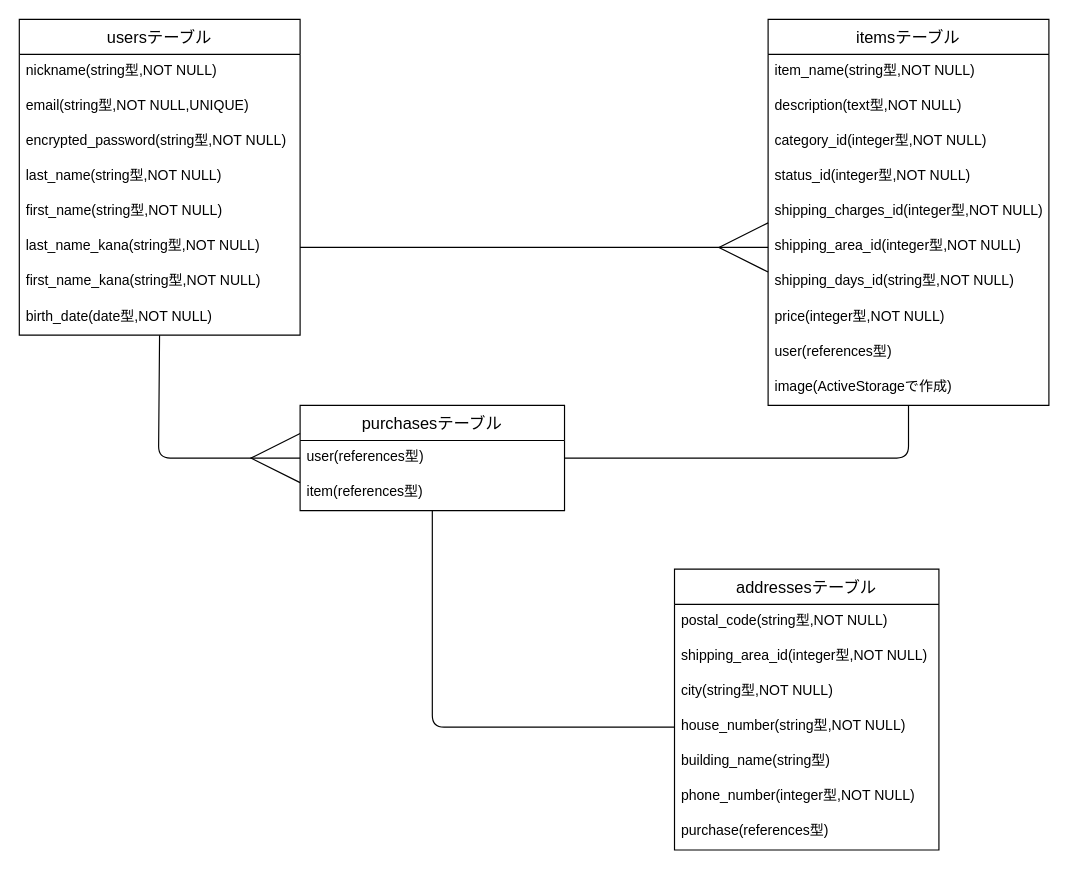
Earlier version of the draw.io diagram ER.dio (T-yama0921/furima-35584). Source tidied: cells renumbered, new cells numbered last; positions are measured from the earlier drawing's top-left corner, leaving out a move shared by most shapes. Both pictures are drawn from the tidied source at 117%, with x=0, y=0 at pixel (19, 19).
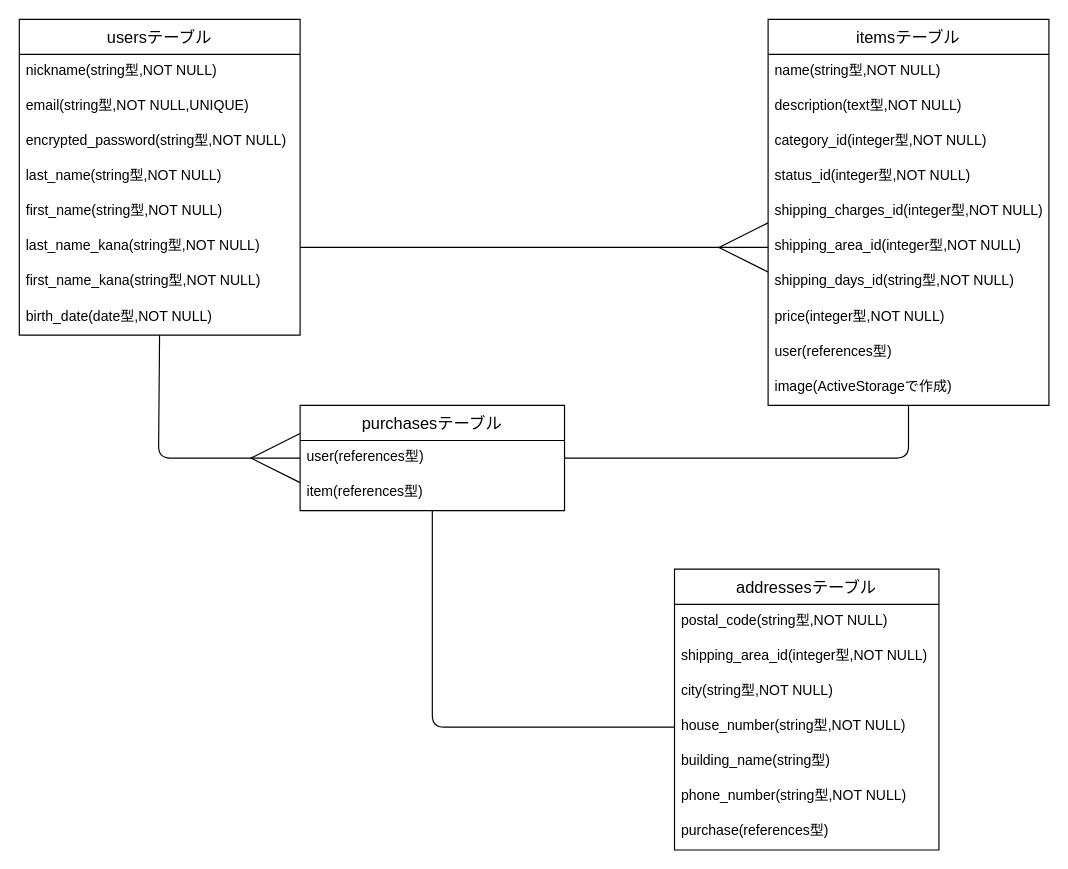
After the change.

Unchanged cells that the change refers to:
```xml
<mxCell id="11" value="itemsテーブル" style="swimlane;fontStyle=0;horizontal=1;startSize=30;align=center;fontSize=14;" parent="1" vertex="1">
  <mxGeometry x="640" width="240" height="330" as="geometry" />
</mxCell>
<mxCell id="26" value="addressesテーブル" style="swimlane;fontStyle=0;horizontal=1;startSize=30;align=center;fontSize=14;" parent="1" vertex="1">
  <mxGeometry x="560" y="470" width="226" height="240" as="geometry" />
</mxCell>
```

Diff of the diagram source:
```diff
@@
-<mxGraphModel background="#ffffff">
+<mxGraphModel>
@@
-    <mxCell id="12" value="item_name(string型,NOT NULL)" style="text;strokeColor=none;fillColor=none;spacingLeft=4;spacingRight=4;overflow=hidden;fontSize=12;" parent="11" vertex="1">
+    <mxCell id="12" value="name(string型,NOT NULL)" style="text;strokeColor=none;fillColor=none;spacingLeft=4;spacingRight=4;overflow=hidden;fontSize=12;" parent="11" vertex="1">
       <mxGeometry y="30" width="240" height="30" as="geometry" />
     </mxCell>
@@
-    <mxCell id="32" value="phone_number(integer型,NOT NULL)" style="text;strokeColor=none;fillColor=none;spacingLeft=4;spacingRight=4;overflow=hidden;fontSize=12;" parent="26" vertex="1">
+    <mxCell id="32" value="phone_number(string型,NOT NULL)" style="text;strokeColor=none;fillColor=none;spacingLeft=4;spacingRight=4;overflow=hidden;fontSize=12;labelBackgroundColor=none;" parent="26" vertex="1">
       <mxGeometry y="180" width="226" height="30" as="geometry" />
     </mxCell>
```
